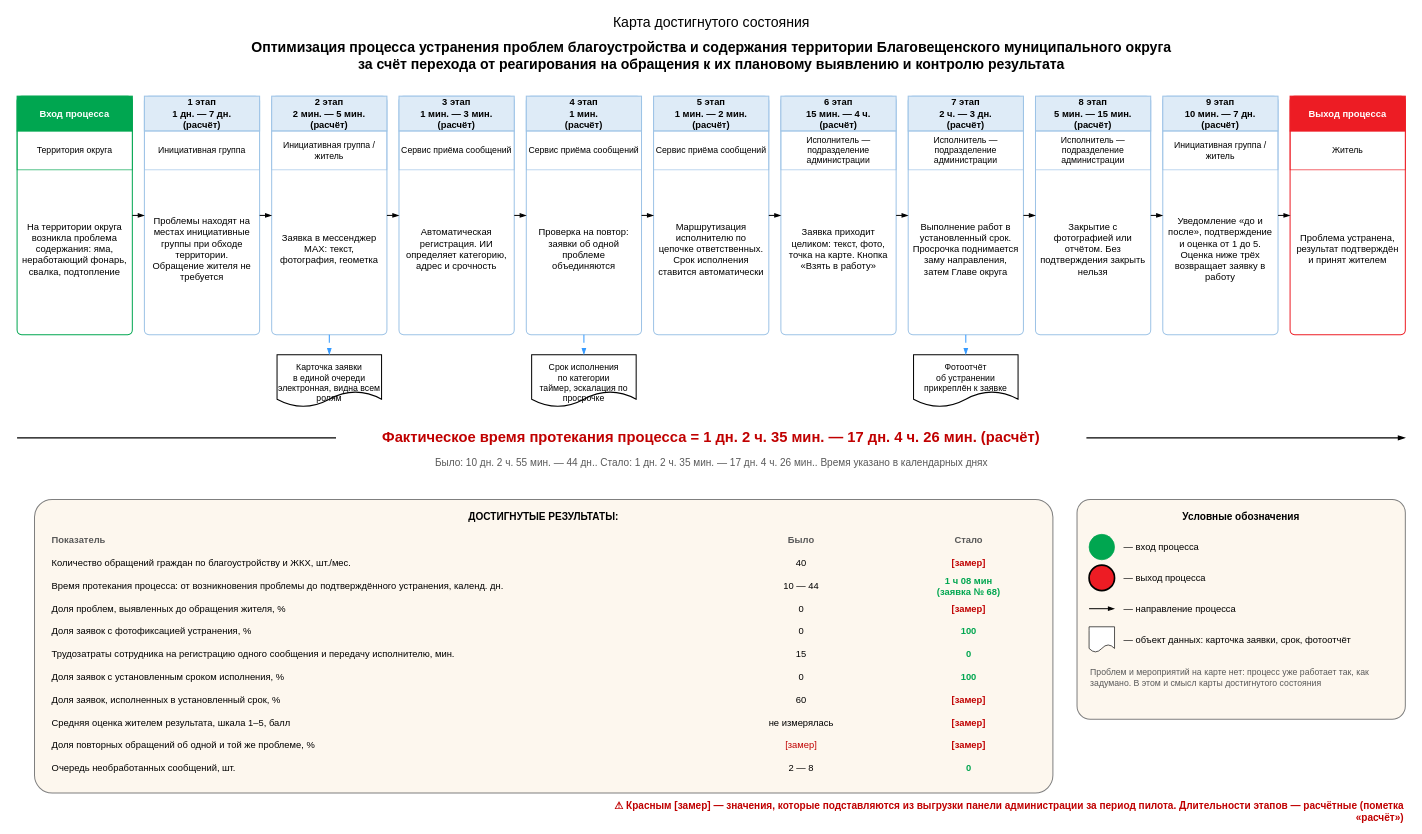
Earlier version of the draw.io diagram файлы/karta-dostignutogo.drawio (NiceGenn/Team-28-progress). Source tidied: cells renumbered, new cells numbered last; positions are measured from the earlier drawing's top-left corner, leaving out a move shared by most shapes. Both pictures are drawn from the tidied source at 67%, with x=0, y=0 at pixel (17, 11).
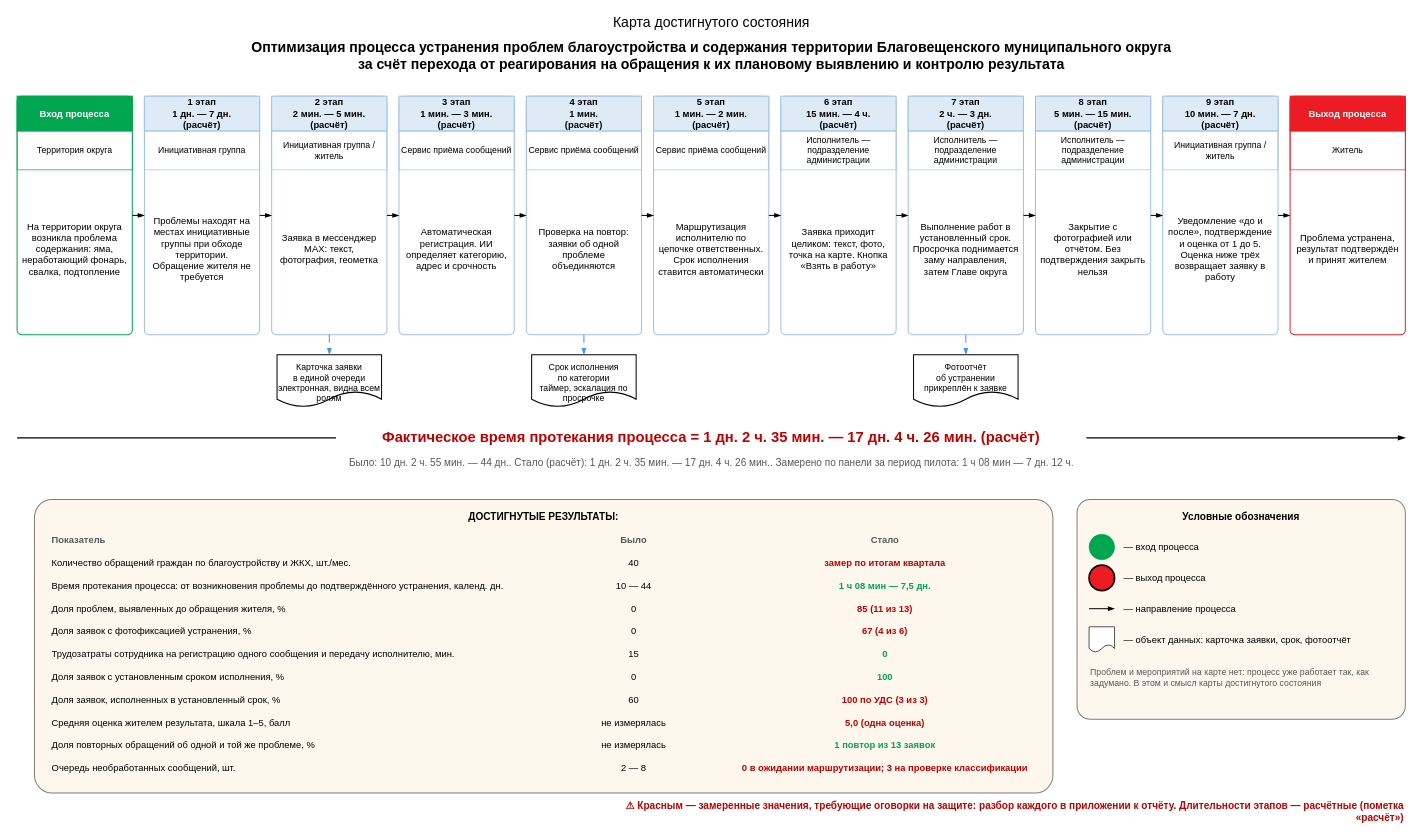
Above is the later version.

Unchanged cells that the change refers to:
```xml
<mxCell id="67" value="ДОСТИГНУТЫЕ РЕЗУЛЬТАТЫ:" style="rounded=1;arcSize=6;whiteSpace=wrap;html=1;fillColor=#FDF7EE;strokeColor=#7F7F7F;strokeWidth=1.5;verticalAlign=top;align=center;fontSize=15;fontStyle=1;spacing=12;" parent="1" vertex="1">
  <mxGeometry x="26" y="728" width="1520" height="438" as="geometry" />
</mxCell>
```

What changed in the source:
```diff
@@
-    <mxCell id="66" value="Было: 10 дн. 2 ч. 55 мин. — 44 дн..   Стало: 1 дн. 2 ч. 35 мин. — 17 дн. 4 ч. 26 мин..   Время указано в календарных днях" style="text;html=1;align=center;verticalAlign=middle;fontSize=15;fontColor=#595959;" parent="1" vertex="1">
+    <mxCell id="66" value="Было: 10 дн. 2 ч. 55 мин. — 44 дн..   Стало (расчёт): 1 дн. 2 ч. 35 мин. — 17 дн. 4 ч. 26 мин..   Замерено по панели за период пилота: 1 ч 08 мин — 7 дн. 12 ч." style="text;html=1;align=center;verticalAlign=middle;fontSize=15;fontColor=#595959;" parent="1" vertex="1">
       <mxGeometry x="476" y="660" width="1120" height="26" as="geometry" />
     </mxCell>
@@
     <mxCell id="68" value="Показатель" style="text;html=1;align=left;verticalAlign=middle;fontSize=14;fontStyle=1;fontColor=#595959;" parent="67" vertex="1">
-      <mxGeometry x="24" y="44" width="1000" height="34" as="geometry" />
+      <mxGeometry x="24" y="44" width="750" height="34" as="geometry" />
     </mxCell>
     <mxCell id="69" value="Было" style="text;html=1;align=center;verticalAlign=middle;fontSize=14;fontStyle=1;fontColor=#595959;" parent="67" vertex="1">
-      <mxGeometry x="1024" y="44" width="240" height="34" as="geometry" />
+      <mxGeometry x="774" y="44" width="240" height="34" as="geometry" />
     </mxCell>
     <mxCell id="70" value="Стало" style="text;html=1;align=center;verticalAlign=middle;fontSize=14;fontStyle=1;fontColor=#595959;" parent="67" vertex="1">
-      <mxGeometry x="1274" y="44" width="240" height="34" as="geometry" />
+      <mxGeometry x="1024" y="44" width="490" height="34" as="geometry" />
     </mxCell>
     <mxCell id="71" value="Количество обращений граждан по благоустройству и ЖКХ, шт./мес." style="text;html=1;align=left;verticalAlign=middle;fontSize=14;" parent="67" vertex="1">
-      <mxGeometry x="24" y="78" width="1000" height="34" as="geometry" />
+      <mxGeometry x="24" y="78" width="750" height="34" as="geometry" />
     </mxCell>
     <mxCell id="72" value="40" style="text;html=1;align=center;verticalAlign=middle;fontSize=14;fontColor=#000000;" parent="67" vertex="1">
-      <mxGeometry x="1024" y="78" width="240" height="34" as="geometry" />
+      <mxGeometry x="774" y="78" width="240" height="34" as="geometry" />
     </mxCell>
-    <mxCell id="73" value="[замер]" style="text;html=1;align=center;verticalAlign=middle;fontSize=14;fontStyle=1;fontColor=#C00000;" parent="67" vertex="1">
-      <mxGeometry x="1274" y="78" width="240" height="34" as="geometry" />
+    <mxCell id="73" value="замер по итогам квартала" style="text;html=1;align=center;verticalAlign=middle;fontSize=14;fontStyle=1;fontColor=#C00000;" parent="67" vertex="1">
+      <mxGeometry x="1024" y="78" width="490" height="34" as="geometry" />
     </mxCell>
     <mxCell id="74" value="Время протекания процесса: от возникновения проблемы до подтверждённого устранения, календ. дн." style="text;html=1;align=left;verticalAlign=middle;fontSize=14;" parent="67" vertex="1">
-      <mxGeometry x="24" y="112" width="1000" height="34" as="geometry" />
+      <mxGeometry x="24" y="112" width="750" height="34" as="geometry" />
     </mxCell>
     <mxCell id="75" value="10 — 44" style="text;html=1;align=center;verticalAlign=middle;fontSize=14;fontColor=#000000;" parent="67" vertex="1">
-      <mxGeometry x="1024" y="112" width="240" height="34" as="geometry" />
+      <mxGeometry x="774" y="112" width="240" height="34" as="geometry" />
     </mxCell>
-    <mxCell id="76" value="1 ч 08 мин&lt;br&gt;(заявка № 68)" style="text;html=1;align=center;verticalAlign=middle;fontSize=14;fontStyle=1;fontColor=#00A650;" parent="67" vertex="1">
-      <mxGeometry x="1274" y="112" width="240" height="34" as="geometry" />
+    <mxCell id="76" value="1 ч 08 мин — 7,5 дн." style="text;html=1;align=center;verticalAlign=middle;fontSize=14;fontStyle=1;fontColor=#00A650;" parent="67" vertex="1">
+      <mxGeometry x="1024" y="112" width="490" height="34" as="geometry" />
     </mxCell>
     <mxCell id="77" value="Доля проблем, выявленных до обращения жителя, %" style="text;html=1;align=left;verticalAlign=middle;fontSize=14;" parent="67" vertex="1">
-      <mxGeometry x="24" y="146" width="1000" height="34" as="geometry" />
+      <mxGeometry x="24" y="146" width="750" height="34" as="geometry" />
     </mxCell>
     <mxCell id="78" value="0" style="text;html=1;align=center;verticalAlign=middle;fontSize=14;fontColor=#000000;" parent="67" vertex="1">
-      <mxGeometry x="1024" y="146" width="240" height="34" as="geometry" />
+      <mxGeometry x="774" y="146" width="240" height="34" as="geometry" />
     </mxCell>
-    <mxCell id="79" value="[замер]" style="text;html=1;align=center;verticalAlign=middle;fontSize=14;fontStyle=1;fontColor=#C00000;" parent="67" vertex="1">
-      <mxGeometry x="1274" y="146" width="240" height="34" as="geometry" />
+    <mxCell id="79" value="85 (11 из 13)" style="text;html=1;align=center;verticalAlign=middle;fontSize=14;fontStyle=1;fontColor=#C00000;" parent="67" vertex="1">
+      <mxGeometry x="1024" y="146" width="490" height="34" as="geometry" />
     </mxCell>
     <mxCell id="80" value="Доля заявок с фотофиксацией устранения, %" style="text;html=1;align=left;verticalAlign=middle;fontSize=14;" parent="67" vertex="1">
-      <mxGeometry x="24" y="180" width="1000" height="34" as="geometry" />
+      <mxGeometry x="24" y="180" width="750" height="34" as="geometry" />
     </mxCell>
     <mxCell id="81" value="0" style="text;html=1;align=center;verticalAlign=middle;fontSize=14;fontColor=#000000;" parent="67" vertex="1">
-      <mxGeometry x="1024" y="180" width="240" height="34" as="geometry" />
+      <mxGeometry x="774" y="180" width="240" height="34" as="geometry" />
     </mxCell>
-    <mxCell id="82" value="100" style="text;html=1;align=center;verticalAlign=middle;fontSize=14;fontStyle=1;fontColor=#00A650;" parent="67" vertex="1">
-      <mxGeometry x="1274" y="180" width="240" height="34" as="geometry" />
+    <mxCell id="82" value="67 (4 из 6)" style="text;html=1;align=center;verticalAlign=middle;fontSize=14;fontStyle=1;fontColor=#C00000;" parent="67" vertex="1">
+      <mxGeometry x="1024" y="180" width="490" height="34" as="geometry" />
     </mxCell>
     <mxCell id="83" value="Трудозатраты сотрудника на регистрацию одного сообщения и передачу исполнителю, мин." style="text;html=1;align=left;verticalAlign=middle;fontSize=14;" parent="67" vertex="1">
-      <mxGeometry x="24" y="214" width="1000" height="34" as="geometry" />
+      <mxGeometry x="24" y="214" width="750" height="34" as="geometry" />
     </mxCell>
     <mxCell id="84" value="15" style="text;html=1;align=center;verticalAlign=middle;fontSize=14;fontColor=#000000;" parent="67" vertex="1">
-      <mxGeometry x="1024" y="214" width="240" height="34" as="geometry" />
+      <mxGeometry x="774" y="214" width="240" height="34" as="geometry" />
     </mxCell>
     <mxCell id="85" value="0" style="text;html=1;align=center;verticalAlign=middle;fontSize=14;fontStyle=1;fontColor=#00A650;" parent="67" vertex="1">
-      <mxGeometry x="1274" y="214" width="240" height="34" as="geometry" />
+      <mxGeometry x="1024" y="214" width="490" height="34" as="geometry" />
     </mxCell>
     <mxCell id="86" value="Доля заявок с установленным сроком исполнения, %" style="text;html=1;align=left;verticalAlign=middle;fontSize=14;" parent="67" vertex="1">
-      <mxGeometry x="24" y="248" width="1000" height="34" as="geometry" />
+      <mxGeometry x="24" y="248" width="750" height="34" as="geometry" />
     </mxCell>
     <mxCell id="87" value="0" style="text;html=1;align=center;verticalAlign=middle;fontSize=14;fontColor=#000000;" parent="67" vertex="1">
-      <mxGeometry x="1024" y="248" width="240" height="34" as="geometry" />
+      <mxGeometry x="774" y="248" width="240" height="34" as="geometry" />
     </mxCell>
     <mxCell id="88" value="100" style="text;html=1;align=center;verticalAlign=middle;fontSize=14;fontStyle=1;fontColor=#00A650;" parent="67" vertex="1">
-      <mxGeometry x="1274" y="248" width="240" height="34" as="geometry" />
+      <mxGeometry x="1024" y="248" width="490" height="34" as="geometry" />
     </mxCell>
     <mxCell id="89" value="Доля заявок, исполненных в установленный срок, %" style="text;html=1;align=left;verticalAlign=middle;fontSize=14;" parent="67" vertex="1">
-      <mxGeometry x="24" y="282" width="1000" height="34" as="geometry" />
+      <mxGeometry x="24" y="282" width="750" height="34" as="geometry" />
     </mxCell>
     <mxCell id="90" value="60" style="text;html=1;align=center;verticalAlign=middle;fontSize=14;fontColor=#000000;" parent="67" vertex="1">
-      <mxGeometry x="1024" y="282" width="240" height="34" as="geometry" />
+      <mxGeometry x="774" y="282" width="240" height="34" as="geometry" />
     </mxCell>
-    <mxCell id="91" value="[замер]" style="text;html=1;align=center;verticalAlign=middle;fontSize=14;fontStyle=1;fontColor=#C00000;" parent="67" vertex="1">
-      <mxGeometry x="1274" y="282" width="240" height="34" as="geometry" />
+    <mxCell id="91" value="100 по УДС (3 из 3)" style="text;html=1;align=center;verticalAlign=middle;fontSize=14;fontStyle=1;fontColor=#C00000;" parent="67" vertex="1">
+      <mxGeometry x="1024" y="282" width="490" height="34" as="geometry" />
     </mxCell>
     <mxCell id="92" value="Средняя оценка жителем результата, шкала 1–5, балл" style="text;html=1;align=left;verticalAlign=middle;fontSize=14;" parent="67" vertex="1">
-      <mxGeometry x="24" y="316" width="1000" height="34" as="geometry" />
+      <mxGeometry x="24" y="316" width="750" height="34" as="geometry" />
     </mxCell>
     <mxCell id="93" value="не измерялась" style="text;html=1;align=center;verticalAlign=middle;fontSize=14;fontColor=#000000;" parent="67" vertex="1">
-      <mxGeometry x="1024" y="316" width="240" height="34" as="geometry" />
+      <mxGeometry x="774" y="316" width="240" height="34" as="geometry" />
     </mxCell>
-    <mxCell id="94" value="[замер]" style="text;html=1;align=center;verticalAlign=middle;fontSize=14;fontStyle=1;fontColor=#C00000;" parent="67" vertex="1">
-      <mxGeometry x="1274" y="316" width="240" height="34" as="geometry" />
+    <mxCell id="94" value="5,0 (одна оценка)" style="text;html=1;align=center;verticalAlign=middle;fontSize=14;fontStyle=1;fontColor=#C00000;" parent="67" vertex="1">
+      <mxGeometry x="1024" y="316" width="490" height="34" as="geometry" />
     </mxCell>
     <mxCell id="95" value="Доля повторных обращений об одной и той же проблеме, %" style="text;html=1;align=left;verticalAlign=middle;fontSize=14;" parent="67" vertex="1">
-      <mxGeometry x="24" y="350" width="1000" height="34" as="geometry" />
+      <mxGeometry x="24" y="350" width="750" height="34" as="geometry" />
     </mxCell>
-    <mxCell id="96" value="[замер]" style="text;html=1;align=center;verticalAlign=middle;fontSize=14;fontColor=#C00000;" parent="67" vertex="1">
-      <mxGeometry x="1024" y="350" width="240" height="34" as="geometry" />
+    <mxCell id="96" value="не измерялась" style="text;html=1;align=center;verticalAlign=middle;fontSize=14;fontColor=#000000;" parent="67" vertex="1">
+      <mxGeometry x="774" y="350" width="240" height="34" as="geometry" />
     </mxCell>
-    <mxCell id="97" value="[замер]" style="text;html=1;align=center;verticalAlign=middle;fontSize=14;fontStyle=1;fontColor=#C00000;" parent="67" vertex="1">
-      <mxGeometry x="1274" y="350" width="240" height="34" as="geometry" />
+    <mxCell id="97" value="1 повтор из 13 заявок" style="text;html=1;align=center;verticalAlign=middle;fontSize=14;fontStyle=1;fontColor=#00A650;" parent="67" vertex="1">
+      <mxGeometry x="1024" y="350" width="490" height="34" as="geometry" />
     </mxCell>
     <mxCell id="98" value="Очередь необработанных сообщений, шт." style="text;html=1;align=left;verticalAlign=middle;fontSize=14;" parent="67" vertex="1">
-      <mxGeometry x="24" y="384" width="1000" height="34" as="geometry" />
+      <mxGeometry x="24" y="384" width="750" height="34" as="geometry" />
     </mxCell>
     <mxCell id="99" value="2 — 8" style="text;html=1;align=center;verticalAlign=middle;fontSize=14;fontColor=#000000;" parent="67" vertex="1">
-      <mxGeometry x="1024" y="384" width="240" height="34" as="geometry" />
+      <mxGeometry x="774" y="384" width="240" height="34" as="geometry" />
     </mxCell>
-    <mxCell id="100" value="0" style="text;html=1;align=center;verticalAlign=middle;fontSize=14;fontStyle=1;fontColor=#00A650;" parent="67" vertex="1">
-      <mxGeometry x="1274" y="384" width="240" height="34" as="geometry" />
+    <mxCell id="100" value="0 в ожидании маршрутизации; 3 на проверке классификации" style="text;html=1;align=center;verticalAlign=middle;fontSize=14;fontStyle=1;fontColor=#C00000;" parent="67" vertex="1">
+      <mxGeometry x="1024" y="384" width="490" height="34" as="geometry" />
     </mxCell>
@@
-    <mxCell id="111" value="⚠ Красным [замер] — значения, которые подставляются из выгрузки панели администрации за период пилота. Длительности этапов — расчётные (пометка «расчёт»)" style="text;html=1;align=right;verticalAlign=middle;whiteSpace=wrap;fontSize=15;fontStyle=1;fontColor=#C00000;" parent="1" vertex="1">
+    <mxCell id="111" value="⚠ Красным — замеренные значения, требующие оговорки на защите: разбор каждого в приложении к отчёту. Длительности этапов — расчётные (пометка «расчёт»)" style="text;html=1;align=right;verticalAlign=middle;whiteSpace=wrap;fontSize=15;fontStyle=1;fontColor=#C00000;" parent="1" vertex="1">
       <mxGeometry x="872" y="1178" width="1200" height="30" as="geometry" />
     </mxCell>
```
